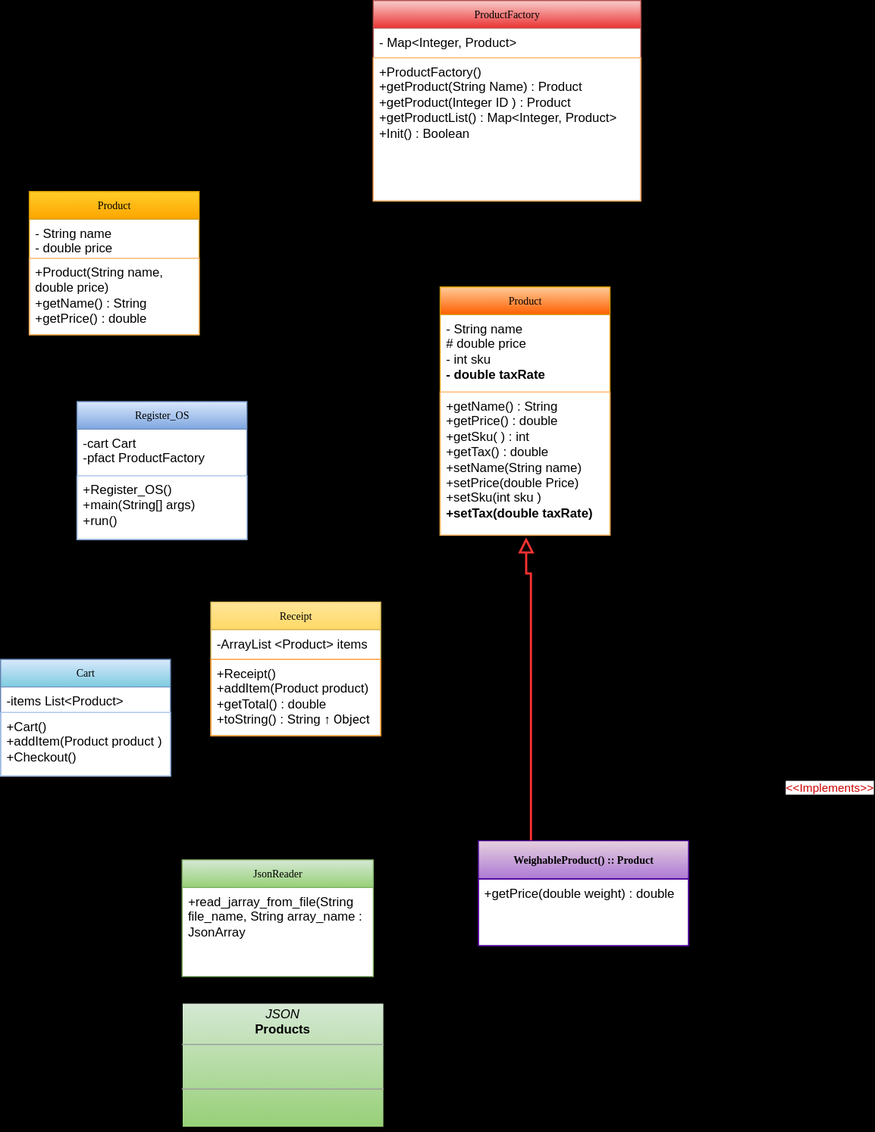
Above: GroceryStoreProject.drawio.svg in ChattState-CompSci2/GroupProject (draw.io), before the change. Source tidied: cells renumbered, new cells last; positions are measured from the earlier drawing's top-left corner, leaving out a move shared by most shapes.
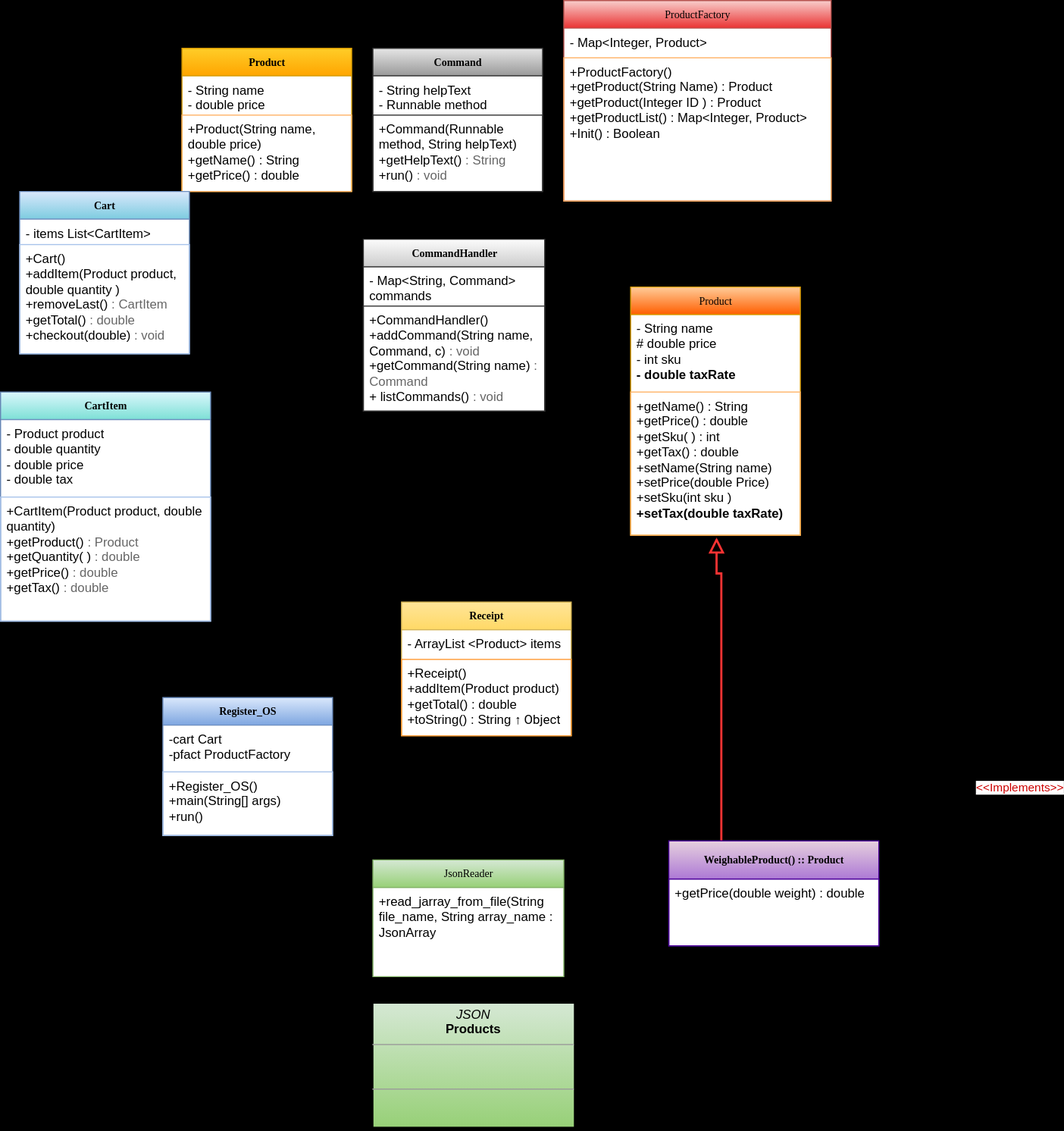
After the commit.

Diff of the diagram source:
```diff
@@ -22,8 +22,8 @@
     <mxCell id="5" value="+read_jarray_from_file(String file_name, String array_name : JsonArray" style="text;html=1;strokeColor=none;fillColor=none;align=left;verticalAlign=top;spacingLeft=4;spacingRight=4;whiteSpace=wrap;overflow=hidden;" parent="4" vertex="1">
       <mxGeometry y="26" width="180" height="82" as="geometry" />
     </mxCell>
-    <mxCell id="6" value="Register_OS" style="swimlane;html=1;fontStyle=0;horizontal=1;startSize=26;swimlaneFillColor=#ffffff;rounded=0;shadow=1;comic=0;labelBackgroundColor=none;strokeWidth=1;fontFamily=Verdana;fontSize=10;align=center;fillColor=#dae8fc;strokeColor=#6c8ebf;gradientColor=#7ea6e0;" parent="1" vertex="1">
-      <mxGeometry x="72" y="378" width="160" height="130" as="geometry" />
+    <mxCell id="6" value="&lt;b&gt;Register_OS&lt;/b&gt;" style="swimlane;html=1;fontStyle=0;horizontal=1;startSize=26;swimlaneFillColor=#ffffff;rounded=0;shadow=1;comic=0;labelBackgroundColor=none;strokeWidth=1;fontFamily=Verdana;fontSize=10;align=center;fillColor=#dae8fc;strokeColor=#6c8ebf;gradientColor=#7ea6e0;" parent="1" vertex="1">
+      <mxGeometry x="-27" y="657" width="160" height="130" as="geometry" />
     </mxCell>
     <mxCell id="7" value="&lt;div&gt;-cart Cart&lt;/div&gt;&lt;div&gt;-pfact ProductFactory&lt;/div&gt;" style="text;html=1;strokeColor=none;fillColor=none;align=left;verticalAlign=top;spacingLeft=4;spacingRight=4;whiteSpace=wrap;overflow=hidden;shadow=1;" parent="6" vertex="1">
       <mxGeometry y="26" width="160" height="44" as="geometry" />
@@ -34,8 +34,8 @@
     <mxCell id="9" value="&lt;p style=&quot;margin:0px;margin-top:4px;text-align:center;&quot;&gt;&lt;i&gt;JSON&lt;/i&gt;&lt;br&gt;&lt;b&gt;Products&lt;/b&gt;&lt;/p&gt;&lt;hr size=&quot;1&quot;&gt;&lt;p style=&quot;margin:0px;margin-left:4px;&quot;&gt;&lt;br&gt;&lt;/p&gt;&lt;p style=&quot;margin:0px;margin-left:4px;&quot;&gt;&lt;br&gt;&lt;/p&gt;&lt;hr size=&quot;1&quot;&gt;&lt;p style=&quot;margin:0px;margin-left:4px;&quot;&gt;&lt;br&gt;&lt;/p&gt;" style="verticalAlign=top;align=left;overflow=fill;fontSize=12;fontFamily=Helvetica;html=1;rounded=0;shadow=1;comic=0;labelBackgroundColor=none;strokeWidth=1;fillColor=#d5e8d4;strokeColor=default;gradientColor=#97d077;" parent="1" vertex="1">
       <mxGeometry x="171" y="945" width="190" height="117" as="geometry" />
     </mxCell>
-    <mxCell id="10" value="Product" style="swimlane;html=1;fontStyle=0;horizontal=1;startSize=26;fillColor=#ffcd28;swimlaneFillColor=#ffffff;rounded=0;shadow=1;comic=0;labelBackgroundColor=none;strokeWidth=1;fontFamily=Verdana;fontSize=10;align=center;strokeColor=#d79b00;glass=0;swimlaneLine=1;gradientColor=#ffa500;" parent="1" vertex="1">
-      <mxGeometry x="27" y="180" width="160" height="135" as="geometry" />
+    <mxCell id="10" value="&lt;b&gt;Product&lt;/b&gt;" style="swimlane;html=1;fontStyle=0;horizontal=1;startSize=26;fillColor=#ffcd28;swimlaneFillColor=#ffffff;rounded=0;shadow=1;comic=0;labelBackgroundColor=none;strokeWidth=1;fontFamily=Verdana;fontSize=10;align=center;strokeColor=#d79b00;glass=0;swimlaneLine=1;gradientColor=#ffa500;" parent="1" vertex="1">
+      <mxGeometry x="-9" y="45" width="160" height="135" as="geometry" />
     </mxCell>
     <mxCell id="11" value="- String name&lt;div&gt;- double price&lt;/div&gt;" style="text;html=1;strokeColor=none;fillColor=none;align=left;verticalAlign=top;spacingLeft=4;spacingRight=4;whiteSpace=wrap;overflow=hidden;" parent="10" vertex="1">
       <mxGeometry y="26" width="160" height="37" as="geometry" />
@@ -49,19 +49,19 @@
     <mxCell id="14" value="&lt;div&gt;+getPrice(double weight) : double&lt;/div&gt;" style="text;html=1;strokeColor=#4C0099;fillColor=none;align=left;verticalAlign=top;spacingLeft=4;spacingRight=4;whiteSpace=wrap;overflow=hidden;" parent="13" vertex="1">
       <mxGeometry y="36" width="198" height="63" as="geometry" />
     </mxCell>
-    <mxCell id="15" value="Cart" style="swimlane;html=1;fontStyle=0;horizontal=1;startSize=26;swimlaneFillColor=#ffffff;rounded=0;shadow=1;comic=0;labelBackgroundColor=none;strokeWidth=1;fontFamily=Verdana;fontSize=10;align=center;fillColor=#dae8fc;strokeColor=#6c8ebf;gradientColor=#7DCCE0;" parent="1" vertex="1">
-      <mxGeometry y="621" width="160" height="110" as="geometry" />
+    <mxCell id="15" value="&lt;b&gt;Cart&lt;/b&gt;" style="swimlane;html=1;fontStyle=0;horizontal=1;startSize=26;swimlaneFillColor=#ffffff;rounded=0;shadow=1;comic=0;labelBackgroundColor=none;strokeWidth=1;fontFamily=Verdana;fontSize=10;align=center;fillColor=#dae8fc;strokeColor=#6c8ebf;gradientColor=#7DCCE0;" parent="1" vertex="1">
+      <mxGeometry x="-162" y="180" width="160" height="153" as="geometry" />
     </mxCell>
-    <mxCell id="16" value="-items List&amp;lt;Product&amp;gt;&amp;nbsp;&lt;div&gt;&lt;br&gt;&lt;/div&gt;" style="text;html=1;align=left;verticalAlign=top;spacingLeft=4;spacingRight=4;whiteSpace=wrap;overflow=hidden;" parent="15" vertex="1">
+    <mxCell id="16" value="- items List&amp;lt;CartItem&amp;gt;&amp;nbsp;&lt;div&gt;&lt;br&gt;&lt;/div&gt;" style="text;html=1;align=left;verticalAlign=top;spacingLeft=4;spacingRight=4;whiteSpace=wrap;overflow=hidden;" parent="15" vertex="1">
       <mxGeometry y="26" width="160" height="24" as="geometry" />
     </mxCell>
-    <mxCell id="17" value="&lt;div&gt;+Cart()&lt;/div&gt;+addItem(Product product&lt;span style=&quot;background-color: initial;&quot;&gt;)&lt;/span&gt;&lt;div&gt;&lt;span style=&quot;background-color: initial;&quot;&gt;+Checkout()&lt;/span&gt;&lt;/div&gt;" style="text;html=1;strokeColor=#A9C4EB;fillColor=none;align=left;verticalAlign=top;spacingLeft=4;spacingRight=4;whiteSpace=wrap;overflow=hidden;" parent="15" vertex="1">
-      <mxGeometry y="50" width="160" height="60" as="geometry" />
+    <mxCell id="17" value="&lt;div&gt;+Cart()&lt;/div&gt;+addItem(Product product, double quantity&lt;span style=&quot;background-color: initial;&quot;&gt;)&lt;br&gt;+removeLast() &lt;font color=&quot;#666666&quot;&gt;: CartItem&lt;/font&gt;&lt;br&gt;&lt;/span&gt;&lt;div&gt;&lt;span style=&quot;background-color: initial;&quot;&gt;+getTotal() &lt;font color=&quot;#666666&quot;&gt;: double&lt;/font&gt;&lt;/span&gt;&lt;/div&gt;&lt;div&gt;&lt;span style=&quot;background-color: initial;&quot;&gt;+checkout(double)&lt;font color=&quot;#666666&quot;&gt; : void&lt;/font&gt;&lt;/span&gt;&lt;/div&gt;" style="text;html=1;strokeColor=#A9C4EB;fillColor=none;align=left;verticalAlign=top;spacingLeft=4;spacingRight=4;whiteSpace=wrap;overflow=hidden;" parent="15" vertex="1">
+      <mxGeometry y="50" width="160" height="103" as="geometry" />
     </mxCell>
-    <mxCell id="18" value="Receipt" style="swimlane;html=1;fontStyle=0;horizontal=1;startSize=26;swimlaneFillColor=#ffffff;rounded=0;shadow=1;comic=0;labelBackgroundColor=none;strokeWidth=1;fontFamily=Verdana;fontSize=10;align=center;fillColor=#FFE599;strokeColor=#d6b656;gradientColor=#ffd966;" parent="1" vertex="1">
+    <mxCell id="18" value="&lt;b&gt;Receipt&lt;/b&gt;" style="swimlane;html=1;fontStyle=0;horizontal=1;startSize=26;swimlaneFillColor=#ffffff;rounded=0;shadow=1;comic=0;labelBackgroundColor=none;strokeWidth=1;fontFamily=Verdana;fontSize=10;align=center;fillColor=#FFE599;strokeColor=#d6b656;gradientColor=#ffd966;" parent="1" vertex="1">
       <mxGeometry x="198" y="567" width="160" height="126" as="geometry" />
     </mxCell>
-    <mxCell id="19" value="&lt;div&gt;-ArrayList &amp;lt;Product&amp;gt; items&lt;/div&gt;" style="text;html=1;align=left;verticalAlign=top;spacingLeft=4;spacingRight=4;whiteSpace=wrap;overflow=hidden;" parent="18" vertex="1">
+    <mxCell id="19" value="&lt;div&gt;- ArrayList &amp;lt;Product&amp;gt; items&lt;/div&gt;" style="text;html=1;align=left;verticalAlign=top;spacingLeft=4;spacingRight=4;whiteSpace=wrap;overflow=hidden;" parent="18" vertex="1">
       <mxGeometry y="26" width="160" height="28" as="geometry" />
     </mxCell>
     <mxCell id="20" value="+Receipt()&lt;div&gt;+addItem(Product product)&lt;/div&gt;&lt;div&gt;+getTotal() : double&lt;/div&gt;&lt;div&gt;+toString() : String&amp;nbsp;&lt;span style=&quot;color: var(--YLNNHc); font-family: &amp;quot;Google Sans&amp;quot;, Roboto, arial, sans-serif;&quot;&gt;↑ Object&lt;/span&gt;&lt;/div&gt;&lt;div style=&quot;clear: none; padding-top: 0px; border-radius: 8px; color: rgb(232, 232, 232); font-family: Roboto, arial, sans-serif; font-size: 14px; background-color: rgb(31, 31, 31);&quot; lang=&quot;en-US&quot; class=&quot;wDYxhc NFQFxe viOShc LKPcQc&quot;&gt;&lt;div style=&quot;padding: 0px;&quot; role=&quot;heading&quot; aria-level=&quot;2&quot; class=&quot;HwtpBd gsrt PZPZlf kTOYnf&quot;&gt;&lt;div style=&quot;color: var(--IXoxUe);&quot; class=&quot;yxAsKe&quot;&gt;&lt;/div&gt;&lt;/div&gt;&lt;/div&gt;&lt;div style=&quot;clear: none; padding-left: 0px; padding-right: 0px; color: rgb(232, 232, 232); font-family: Roboto, arial, sans-serif; font-size: 14px; background-color: rgb(31, 31, 31);&quot; lang=&quot;en-US&quot; class=&quot;wDYxhc&quot;&gt;&lt;div class=&quot;Crs1tb&quot;&gt;&lt;/div&gt;&lt;/div&gt;" style="text;html=1;strokeColor=#FF9933;fillColor=none;align=left;verticalAlign=top;spacingLeft=4;spacingRight=4;whiteSpace=wrap;overflow=hidden;" parent="18" vertex="1">
@@ -85,5 +85,32 @@
     <mxCell id="26" value="&lt;div&gt;+ProductFactory()&lt;/div&gt;&lt;div&gt;+getProduct(String Name) : Product&lt;/div&gt;&lt;div&gt;+getProduct(Integer ID&lt;span style=&quot;background-color: initial;&quot;&gt;) : Product&lt;/span&gt;&lt;/div&gt;&lt;div&gt;&lt;span style=&quot;background-color: initial;&quot;&gt;+getProductList() :&amp;nbsp;&lt;/span&gt;&lt;span style=&quot;background-color: initial;&quot;&gt;&amp;nbsp;Map&amp;lt;Integer, Product&amp;gt;&lt;/span&gt;&lt;/div&gt;&lt;div&gt;+Init() : Boolean&lt;div&gt;&lt;br&gt;&lt;/div&gt;&lt;/div&gt;&lt;div&gt;&lt;br&gt;&lt;/div&gt;" style="text;html=1;align=left;verticalAlign=top;spacingLeft=4;spacingRight=4;whiteSpace=wrap;overflow=hidden;strokeColor=#FFB366;" parent="24" vertex="1">
       <mxGeometry y="54" width="252" height="135" as="geometry" />
     </mxCell>
+    <mxCell id="27" value="&lt;b&gt;CartItem&lt;/b&gt;" style="swimlane;html=1;fontStyle=0;horizontal=1;startSize=26;swimlaneFillColor=#ffffff;rounded=0;shadow=1;comic=0;labelBackgroundColor=none;strokeWidth=1;fontFamily=Verdana;fontSize=10;align=center;fillColor=#DBF7FC;strokeColor=#6c8ebf;gradientColor=#7DE0D6;" parent="1" vertex="1">
+      <mxGeometry x="-180" y="369" width="198" height="216" as="geometry" />
+    </mxCell>
+    <mxCell id="28" value="- Product product&lt;br&gt;- double quantity&lt;br&gt;- double price&lt;br&gt;- double tax&lt;br&gt;&amp;nbsp;&lt;div&gt;&lt;br&gt;&lt;/div&gt;" style="text;html=1;align=left;verticalAlign=top;spacingLeft=4;spacingRight=4;whiteSpace=wrap;overflow=hidden;" parent="27" vertex="1">
+      <mxGeometry y="26" width="198" height="73" as="geometry" />
+    </mxCell>
+    <mxCell id="29" value="&lt;div&gt;+CartItem(Product product, double quantity)&lt;/div&gt;+getProduct()&lt;font color=&quot;#666666&quot;&gt; : Product&lt;/font&gt;&lt;br&gt;&lt;span style=&quot;background-color: initial;&quot;&gt;+getQuantity(&lt;/span&gt;&lt;span style=&quot;border-color: var(--border-color); background-color: initial;&quot;&gt;) &lt;font color=&quot;#666666&quot;&gt;: double&lt;/font&gt;&lt;/span&gt;&lt;span style=&quot;background-color: initial;&quot;&gt;&lt;br&gt;&lt;/span&gt;&lt;div&gt;&lt;span style=&quot;background-color: initial;&quot;&gt;+getPrice() &lt;font color=&quot;#666666&quot;&gt;: double&lt;/font&gt;&lt;/span&gt;&lt;/div&gt;&lt;div&gt;+getTax()&amp;nbsp;&lt;font style=&quot;border-color: var(--border-color);&quot; color=&quot;#666666&quot;&gt;: double&lt;/font&gt;&lt;span style=&quot;background-color: initial;&quot;&gt;&lt;font color=&quot;#666666&quot;&gt;&lt;br&gt;&lt;/font&gt;&lt;/span&gt;&lt;/div&gt;" style="text;html=1;strokeColor=#A9C4EB;fillColor=none;align=left;verticalAlign=top;spacingLeft=4;spacingRight=4;whiteSpace=wrap;overflow=hidden;" parent="27" vertex="1">
+      <mxGeometry y="99" width="198" height="117" as="geometry" />
+    </mxCell>
+    <mxCell id="30" value="&lt;b&gt;Command&lt;/b&gt;" style="swimlane;html=1;fontStyle=0;horizontal=1;startSize=26;fillColor=#E6E6E6;swimlaneFillColor=#ffffff;rounded=0;shadow=1;comic=0;labelBackgroundColor=none;strokeWidth=1;fontFamily=Verdana;fontSize=10;align=center;strokeColor=#333333;glass=0;swimlaneLine=1;gradientColor=#999999;" parent="1" vertex="1">
+      <mxGeometry x="171" y="45" width="160" height="135" as="geometry" />
+    </mxCell>
+    <mxCell id="31" value="- String helpText&lt;div&gt;- Runnable method&lt;/div&gt;" style="text;html=1;strokeColor=none;fillColor=none;align=left;verticalAlign=top;spacingLeft=4;spacingRight=4;whiteSpace=wrap;overflow=hidden;" parent="30" vertex="1">
+      <mxGeometry y="26" width="160" height="37" as="geometry" />
+    </mxCell>
+    <mxCell id="32" value="&lt;div&gt;+Command(Runnable method, String helpText)&lt;/div&gt;+getHelpText() &lt;font color=&quot;#666666&quot;&gt;: String&lt;/font&gt;&lt;div&gt;+run() &lt;font color=&quot;#666666&quot;&gt;: void&lt;/font&gt;&lt;/div&gt;&lt;div&gt;&lt;br&gt;&lt;/div&gt;" style="text;html=1;align=left;verticalAlign=top;spacingLeft=4;spacingRight=4;whiteSpace=wrap;overflow=hidden;strokeColor=#333333;" parent="30" vertex="1">
+      <mxGeometry y="63" width="160" height="72" as="geometry" />
+    </mxCell>
+    <mxCell id="33" value="&lt;b&gt;CommandHandler&lt;/b&gt;" style="swimlane;html=1;fontStyle=0;horizontal=1;startSize=26;fillColor=#FCFCFC;swimlaneFillColor=#ffffff;rounded=0;shadow=1;comic=0;labelBackgroundColor=none;strokeWidth=1;fontFamily=Verdana;fontSize=10;align=center;strokeColor=#333333;glass=0;swimlaneLine=1;gradientColor=#CCCCCC;" parent="1" vertex="1">
+      <mxGeometry x="162" y="225" width="171" height="162" as="geometry" />
+    </mxCell>
+    <mxCell id="34" value="-&amp;nbsp;Map&amp;lt;String, Command&amp;gt; commands" style="text;html=1;strokeColor=none;fillColor=none;align=left;verticalAlign=top;spacingLeft=4;spacingRight=4;whiteSpace=wrap;overflow=hidden;" parent="33" vertex="1">
+      <mxGeometry y="26" width="171" height="37" as="geometry" />
+    </mxCell>
+    <mxCell id="35" value="&lt;div&gt;+CommandHandler()&lt;/div&gt;+addCommand(String name, Command, c) &lt;font color=&quot;#666666&quot;&gt;: void&lt;/font&gt;&lt;br&gt;+getCommand(String name) &lt;font color=&quot;#666666&quot;&gt;: Command&lt;/font&gt;&lt;br&gt;+ listCommands()&lt;font color=&quot;#666666&quot;&gt; : void&lt;/font&gt;&lt;br&gt;&lt;div&gt;&lt;br&gt;&lt;/div&gt;" style="text;html=1;align=left;verticalAlign=top;spacingLeft=4;spacingRight=4;whiteSpace=wrap;overflow=hidden;strokeColor=#333333;" parent="33" vertex="1">
+      <mxGeometry y="63" width="171" height="99" as="geometry" />
+    </mxCell>
   </root>
 </mxGraphModel>
```
